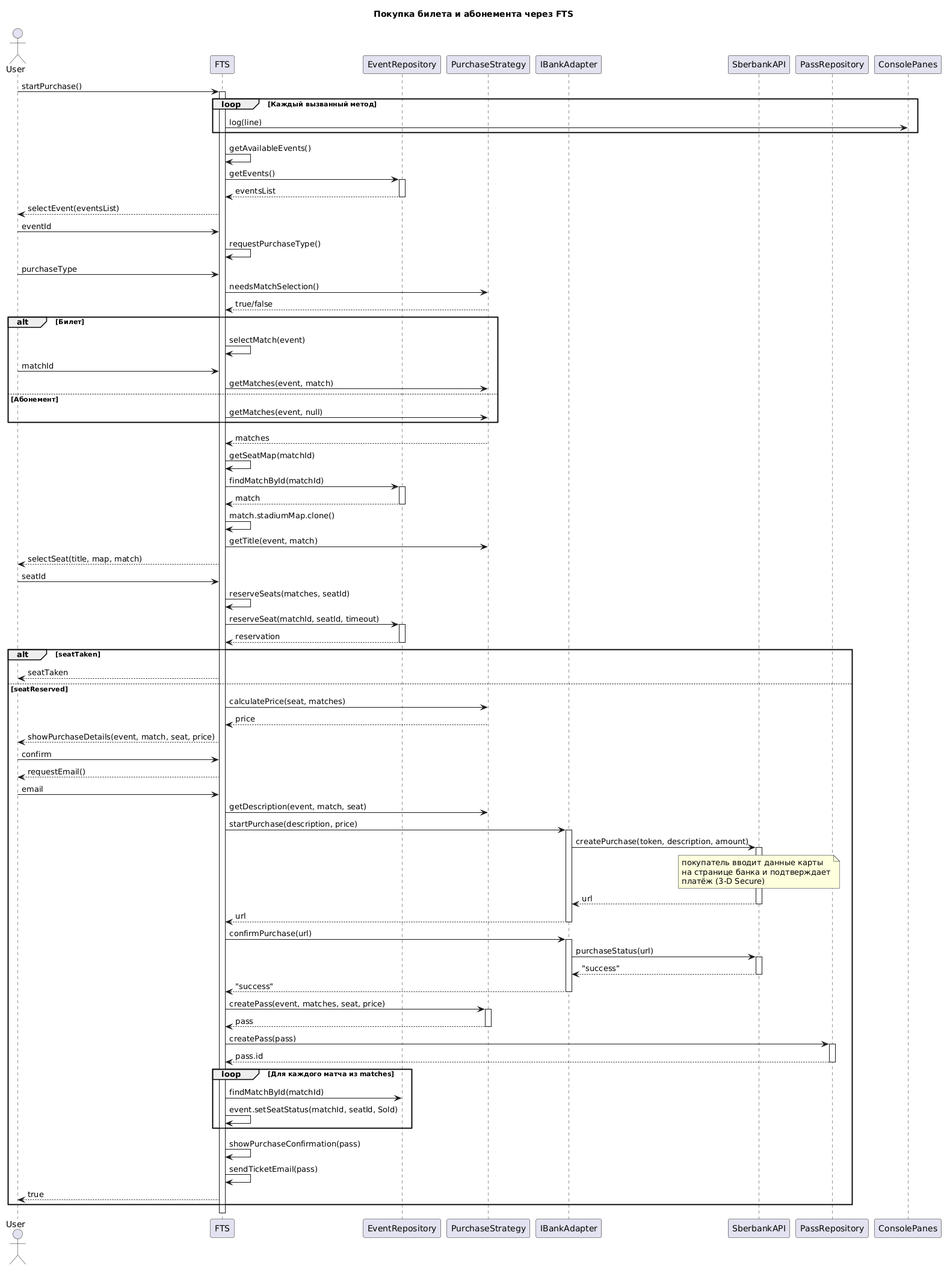
This is source/Диаграмма последовательности - Покупка билетов и абонементов.png from penamarth/bsbo-11-24_team5_var10_football, a PlantUML export, as it was before one commit.
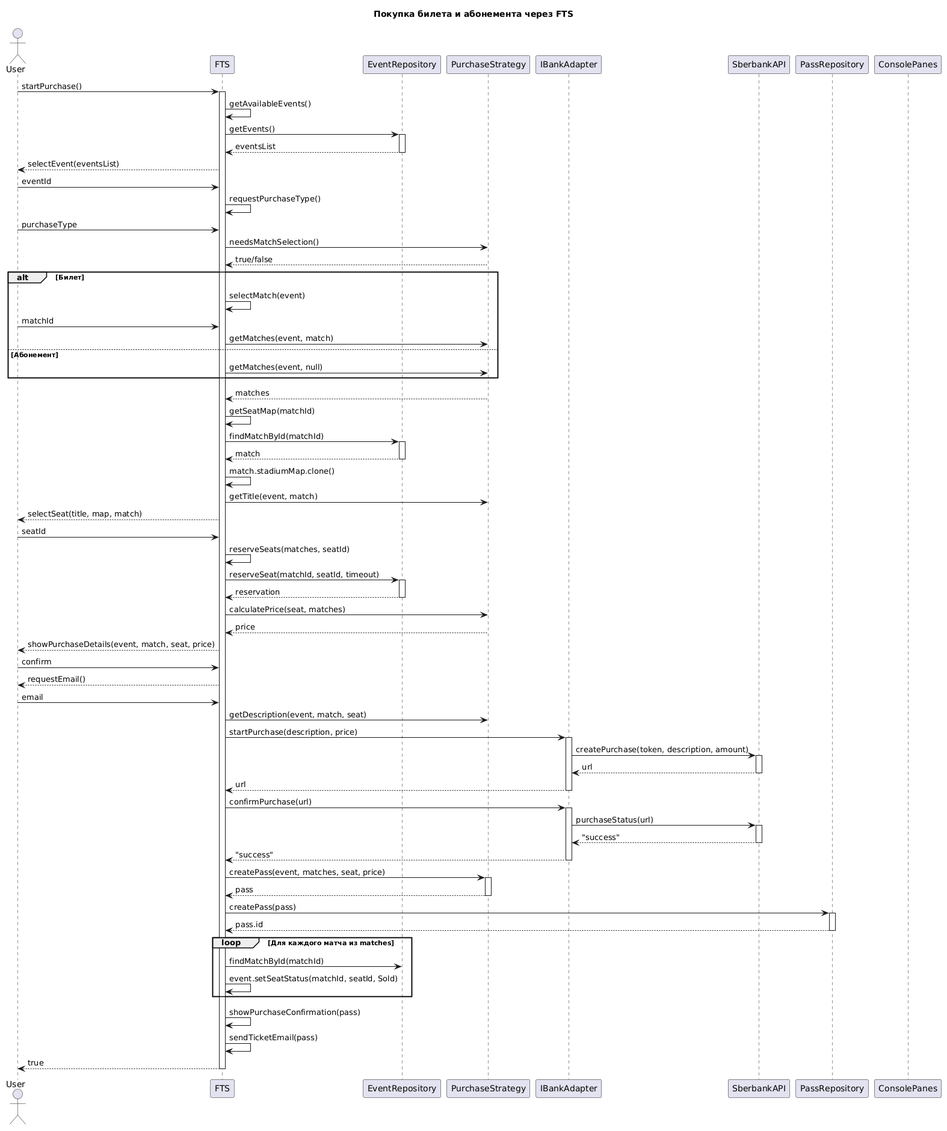
Later version of the same file.

Change to the diagram source:
```diff
@@ -12,10 +12,6 @@
 
 User -> FTS : startPurchase()
 activate FTS
-
-loop Каждый вызванный метод
-    FTS -> Panes : log(line)
-end
 
 FTS -> FTS : getAvailableEvents()
 FTS -> EventRepository : getEvents()
@@ -56,9 +52,7 @@
 EventRepository --> FTS : reservation
 deactivate EventRepository
 
-alt seatTaken
-    FTS --> User : seatTaken
-else seatReserved
+
     FTS -> Strategy : calculatePrice(seat, matches)
     Strategy --> FTS : price
     FTS --> User : showPurchaseDetails(event, match, seat, price)
@@ -71,7 +65,6 @@
     activate Bank
     Bank -> Sber : createPurchase(token, description, amount)
     activate Sber
-    note over Sber : покупатель вводит данные карты\nна странице банка и подтверждает\nплатёж (3-D Secure)
     Sber --> Bank : url
     deactivate Sber
     Bank --> FTS : url
@@ -104,7 +97,7 @@
     FTS -> FTS : showPurchaseConfirmation(pass)
     FTS -> FTS : sendTicketEmail(pass)
     FTS --> User : true
-end
+
 
 deactivate FTS
 @enduml
```
